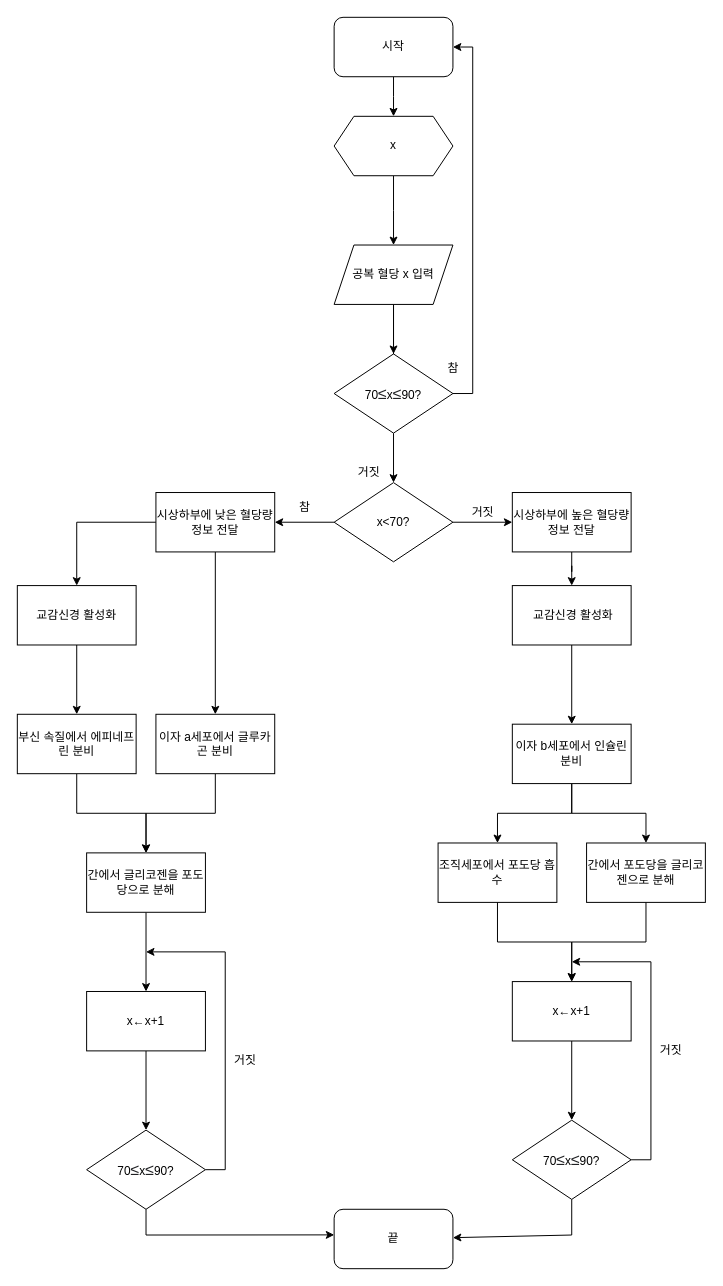
Before: Untitled Diagram.drawio in Limlim0208/fusion-subject-research, a draw.io diagram. Source tidied: cells renumbered, new cells numbered last; positions are measured from the earlier drawing's top-left corner, leaving out a move shared by most shapes. Both pictures are drawn from the tidied source at 99%, with x=0, y=0 at pixel (17, 17).
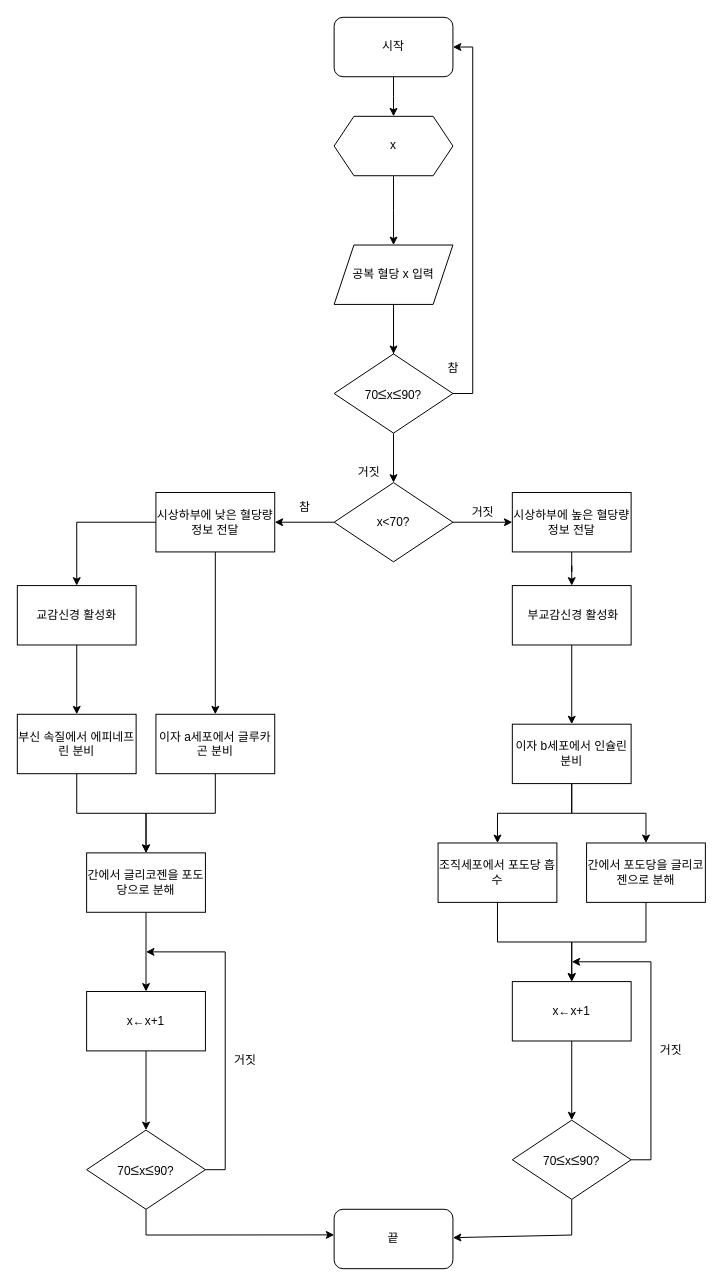
The same diagram, later.

Commit message (it also covers changes not shown here):
혈당량 조절

Diff of the diagram source:
```diff
@@
-    <mxCell id="39" value="&amp;nbsp;교감신경 활성화" style="whiteSpace=wrap;html=1;" parent="1" vertex="1">
+    <mxCell id="39" value="&amp;nbsp;부교감신경 활성화" style="whiteSpace=wrap;html=1;" parent="1" vertex="1">
       <mxGeometry x="500" y="574" width="120" height="60" as="geometry" />
     </mxCell>
```
